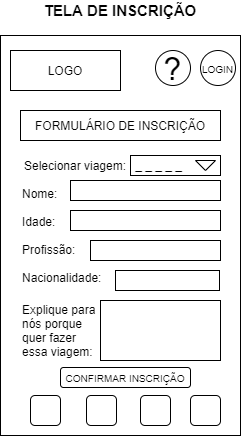
Above: semana10/LabeX/inscricao.png in future4code/Carolina-Muniz (draw.io), before the change. Source tidied: cells renumbered, new cells last; positions are measured from the earlier drawing's top-left corner, leaving out a move shared by most shapes.
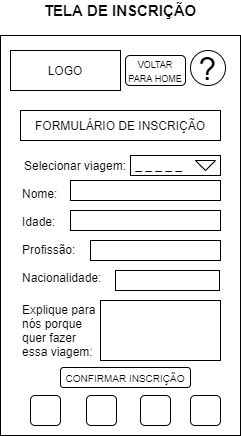
Later version of the same file.

Diff of the diagram source:
```diff
@@ -9,11 +9,8 @@
       <mxGeometry x="10" y="50" width="110" height="40" as="geometry" />
     </mxCell>
     <mxCell id="4" value="&lt;font style=&quot;font-size: 32px&quot;&gt;?&lt;/font&gt;" style="ellipse;whiteSpace=wrap;html=1;align=center;" parent="1" vertex="1">
-      <mxGeometry x="155" y="50" width="35" height="35" as="geometry" />
+      <mxGeometry x="190" y="50" width="35" height="35" as="geometry" />
     </mxCell>
-    <mxCell id="5" value="&lt;font style=&quot;font-size: 10px&quot;&gt;LOGIN&lt;/font&gt;" style="ellipse;whiteSpace=wrap;html=1;align=center;" parent="1" vertex="1">
-      <mxGeometry x="200" y="50" width="35" height="35" as="geometry" />
-    </mxCell>
     <mxCell id="6" style="rounded=1;whiteSpace=wrap;html=1;align=left;" parent="1" vertex="1">
       <mxGeometry x="30" y="395" width="30" height="30" as="geometry" />
     </mxCell>
@@ -65,5 +62,8 @@
     <mxCell id="22" value="&lt;font style=&quot;font-size: 15px&quot;&gt;&lt;b&gt;TELA DE INSCRIÇÃO&lt;/b&gt;&lt;/font&gt;" style="text;html=1;strokeColor=none;fillColor=none;align=center;verticalAlign=middle;whiteSpace=wrap;rounded=0;" parent="1" vertex="1">
       <mxGeometry width="240" height="20" as="geometry" />
     </mxCell>
+    <mxCell id="23" value="&lt;font style=&quot;font-size: 9px&quot;&gt;VOLTAR PARA HOME&lt;/font&gt;" style="rounded=1;whiteSpace=wrap;html=1;" parent="1" vertex="1">
+      <mxGeometry x="125" y="55" width="60" height="30" as="geometry" />
+    </mxCell>
   </root>
 </mxGraphModel>
```
